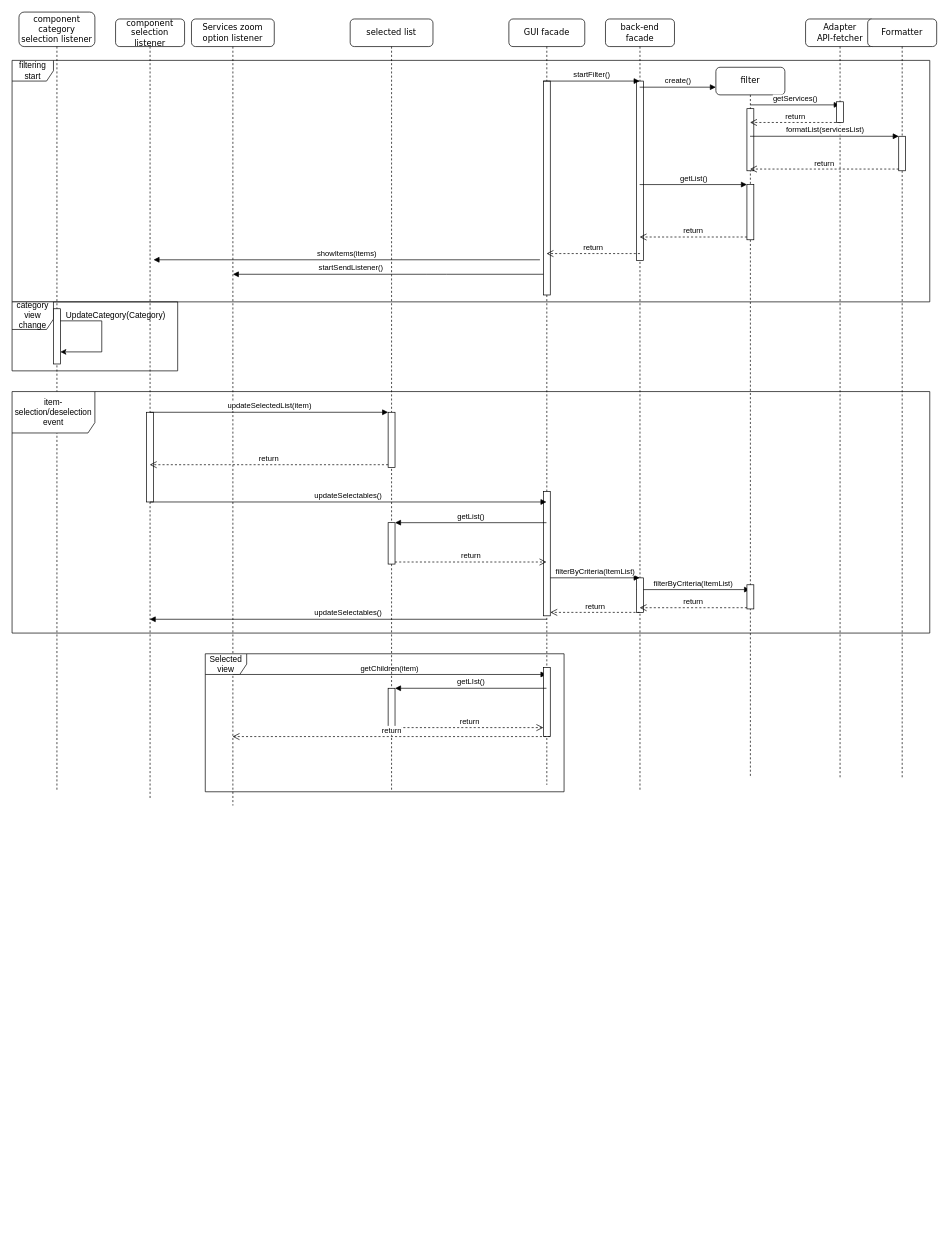
Geostartico/Trusted-list-browser keeps this draw.io diagram as documentation/behaviour/internal behaviour/Internal_behaviour.drawio. Above is the earlier version. Source tidied: cells renumbered, new cells numbered last; positions are measured from the earlier drawing's top-left corner, leaving out a move shared by most shapes. Both pictures are drawn from the tidied source at 69%, with x=0, y=0 at pixel (12, 12).
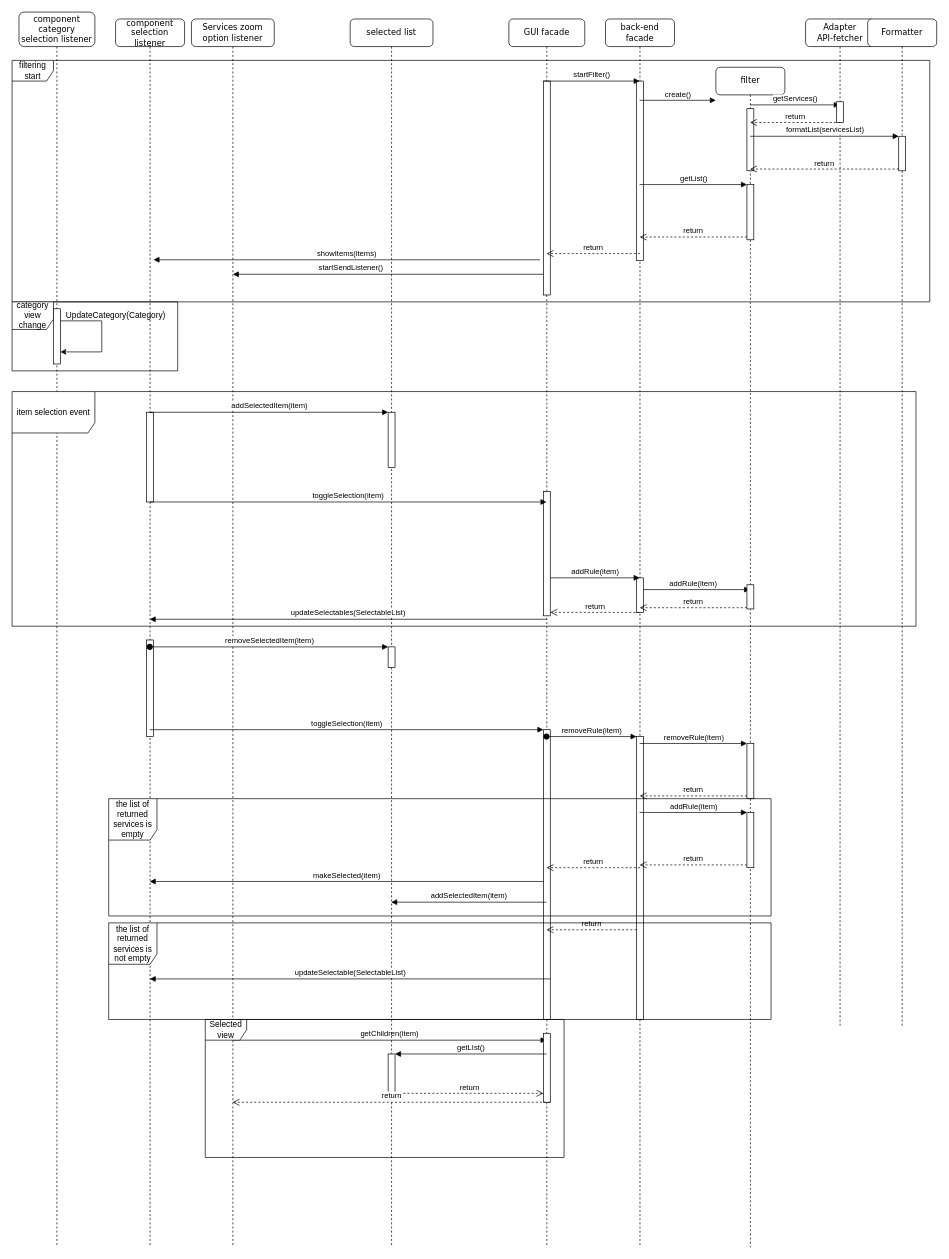
Above is the later version.

The change refers to these unchanged cells:
```xml
<mxCell id="5" style="html=1;points=[];perimeter=orthogonalPerimeter;" parent="4" vertex="1">
  <mxGeometry x="55" y="570" width="10" height="80" as="geometry" />
</mxCell>
<mxCell id="10" style="html=1;points=[];perimeter=orthogonalPerimeter;" parent="8" vertex="1">
  <mxGeometry x="50" y="685" width="10" height="180" as="geometry" />
</mxCell>
```

What changed in the source:
```diff
@@
     <mxCell id="2" value="Services zoom option listener" style="shape=umlLifeline;perimeter=lifelinePerimeter;whiteSpace=wrap;html=1;outlineConnect=0;rounded=1;shadow=0;comic=0;labelBackgroundColor=none;strokeWidth=1;fontFamily=Verdana;fontSize=12;align=center;" parent="1" vertex="1">
-      <mxGeometry x="260" y="10" width="120" height="1140" as="geometry" />
+      <mxGeometry x="260" y="10" width="120" height="1780" as="geometry" />
     </mxCell>
-    <mxCell id="3" value="getChildren(item)" style="html=1;verticalAlign=bottom;endArrow=block;rounded=0;" parent="2" edge="1" target="8">
+    <mxCell id="3" value="getChildren(item)" style="html=1;verticalAlign=bottom;endArrow=block;rounded=0;" parent="2" edge="1">
       <mxGeometry relative="1" as="geometry">
-        <mxPoint x="60" y="950" as="sourcePoint" />
+        <mxPoint x="60" y="1480" as="sourcePoint" />
+        <mxPoint x="514.5" y="1480" as="targetPoint" />
       </mxGeometry>
     </mxCell>
     <mxCell id="4" value="selected list" style="shape=umlLifeline;perimeter=lifelinePerimeter;whiteSpace=wrap;html=1;outlineConnect=0;rounded=1;shadow=0;comic=0;labelBackgroundColor=none;strokeWidth=1;fontFamily=Verdana;fontSize=12;align=center;" parent="1" vertex="1">
-      <mxGeometry x="490" y="10" width="120" height="1120" as="geometry" />
+      <mxGeometry x="490" y="10" width="120" height="1780" as="geometry" />
     </mxCell>
@@
-    <mxCell id="6" style="html=1;points=[];perimeter=orthogonalPerimeter;" parent="4" vertex="1">
-      <mxGeometry x="55" y="730" width="10" height="60" as="geometry" />
-    </mxCell>
     <mxCell id="7" style="html=1;points=[];perimeter=orthogonalPerimeter;" parent="4" vertex="1">
-      <mxGeometry x="55" y="970" width="10" height="60" as="geometry" />
+      <mxGeometry x="55" y="1500" width="10" height="60" as="geometry" />
     </mxCell>
+    <mxCell id="57" style="html=1;points=[];perimeter=orthogonalPerimeter;" parent="4" vertex="1">
+      <mxGeometry x="55" y="910" width="10" height="30" as="geometry" />
+    </mxCell>
     <mxCell id="8" value="GUI facade" style="shape=umlLifeline;perimeter=lifelinePerimeter;whiteSpace=wrap;html=1;outlineConnect=0;rounded=1;shadow=0;comic=0;labelBackgroundColor=none;strokeWidth=1;fontFamily=Verdana;fontSize=12;align=center;" parent="1" vertex="1">
-      <mxGeometry x="720" y="10" width="110" height="1110" as="geometry" />
+      <mxGeometry x="720" y="10" width="110" height="1780" as="geometry" />
     </mxCell>
@@
     <mxCell id="11" style="html=1;perimeter=orthogonalPerimeter;" parent="8" vertex="1">
-      <mxGeometry x="50" y="940" width="10" height="100" as="geometry" />
+      <mxGeometry x="50" y="1470" width="10" height="100" as="geometry" />
     </mxCell>
+    <mxCell id="58" style="html=1;points=[];perimeter=orthogonalPerimeter;" parent="8" vertex="1">
+      <mxGeometry x="50" y="1030" width="10" height="420" as="geometry" />
+    </mxCell>
+    <mxCell id="59" value="makeSelected(item)" style="html=1;verticalAlign=bottom;endArrow=block;rounded=0;" parent="8" edge="1" target="22">
+      <mxGeometry relative="1" as="geometry">
+        <mxPoint x="50" y="1250" as="sourcePoint" />
+      </mxGeometry>
+    </mxCell>
     <mxCell id="12" value="back-end facade" style="shape=umlLifeline;perimeter=lifelinePerimeter;whiteSpace=wrap;html=1;outlineConnect=0;rounded=1;shadow=0;comic=0;labelBackgroundColor=none;strokeWidth=1;fontFamily=Verdana;fontSize=12;align=center;" parent="1" vertex="1">
-      <mxGeometry x="860" y="10" width="100" height="1120" as="geometry" />
+      <mxGeometry x="860" y="10" width="100" height="1780" as="geometry" />
     </mxCell>
@@
-    <mxCell id="14" value="filterByCriteria(ItemList)" style="html=1;verticalAlign=bottom;endArrow=block;rounded=0;" parent="12" edge="1" target="16">
+    <mxCell id="14" value="addRule(item)" style="html=1;verticalAlign=bottom;endArrow=block;rounded=0;" parent="12" edge="1" target="16">
       <mxGeometry relative="1" as="geometry">
         <mxPoint x="45" y="827" as="sourcePoint" />
       </mxGeometry>
     </mxCell>
@@
+    <mxCell id="60" style="html=1;points=[];perimeter=orthogonalPerimeter;" parent="12" vertex="1">
+      <mxGeometry x="45" y="1040" width="10" height="410" as="geometry" />
+    </mxCell>
+    <mxCell id="61" value="return" style="html=1;verticalAlign=bottom;endArrow=open;dashed=1;endSize=8;rounded=0;" parent="12" edge="1" target="8">
+      <mxGeometry relative="1" as="geometry">
+        <mxPoint x="45" y="1320" as="sourcePoint" />
+      </mxGeometry>
+    </mxCell>
     <mxCell id="16" value="filter" style="shape=umlLifeline;perimeter=lifelinePerimeter;whiteSpace=wrap;html=1;outlineConnect=0;rounded=1;shadow=0;comic=0;labelBackgroundColor=none;strokeWidth=1;fontFamily=Verdana;fontSize=12;align=center;" parent="1" vertex="1">
-      <mxGeometry x="1020" y="80" width="100" height="1030" as="geometry" />
+      <mxGeometry x="1020" y="80" width="100" height="1710" as="geometry" />
     </mxCell>
@@
+    <mxCell id="62" style="html=1;points=[];perimeter=orthogonalPerimeter;" parent="16" vertex="1">
+      <mxGeometry x="45" y="980" width="10" height="80" as="geometry" />
+    </mxCell>
+    <mxCell id="63" style="html=1;points=[];perimeter=orthogonalPerimeter;" parent="16" vertex="1">
+      <mxGeometry x="45" y="1080" width="10" height="80" as="geometry" />
+    </mxCell>
     <mxCell id="21" value="&lt;div&gt;Adapter&lt;/div&gt;&lt;div&gt;API-fetcher&lt;/div&gt;" style="shape=umlLifeline;perimeter=lifelinePerimeter;whiteSpace=wrap;html=1;outlineConnect=0;rounded=1;shadow=0;comic=0;labelBackgroundColor=none;strokeWidth=1;fontFamily=Verdana;fontSize=12;align=center;" parent="1" vertex="1">
-      <mxGeometry x="1150" y="10" width="100" height="1100" as="geometry" />
+      <mxGeometry x="1150" y="10" width="100" height="1460" as="geometry" />
     </mxCell>
     <mxCell id="22" value="component selection listener" style="shape=umlLifeline;perimeter=lifelinePerimeter;whiteSpace=wrap;html=1;outlineConnect=0;rounded=1;shadow=0;comic=0;labelBackgroundColor=none;strokeWidth=1;fontFamily=Verdana;fontSize=12;align=center;" parent="1" vertex="1">
-      <mxGeometry x="150" y="10" width="100" height="1130" as="geometry" />
+      <mxGeometry x="150" y="10" width="100" height="1780" as="geometry" />
     </mxCell>
@@
+    <mxCell id="64" style="html=1;perimeter=orthogonalPerimeter;" parent="22" vertex="1">
+      <mxGeometry x="45" y="900" width="10" height="140" as="geometry" />
+    </mxCell>
@@
     <mxCell id="28" value="Formatter" style="shape=umlLifeline;perimeter=lifelinePerimeter;whiteSpace=wrap;html=1;rounded=1;shadow=0;comic=0;labelBackgroundColor=none;strokeWidth=1;fontFamily=Verdana;fontSize=12;align=center;" parent="1" vertex="1">
-      <mxGeometry x="1240" y="10" width="100" height="1100" as="geometry" />
+      <mxGeometry x="1240" y="10" width="100" height="1460" as="geometry" />
     </mxCell>
@@
     <mxCell id="34" value="component category selection listener" style="shape=umlLifeline;perimeter=lifelinePerimeter;whiteSpace=wrap;html=1;rounded=1;shadow=0;comic=0;labelBackgroundColor=none;strokeWidth=1;fontFamily=Verdana;fontSize=12;align=center;size=50;" parent="1" vertex="1">
-      <mxGeometry x="10" width="110" height="1130" as="geometry" />
+      <mxGeometry x="10" width="110" height="1790" as="geometry" />
     </mxCell>
@@
-    <mxCell id="41" value="updateSelectedList(item)" style="html=1;verticalAlign=bottom;endArrow=block;entryX=0;entryY=0;rounded=0;" parent="1" edge="1" source="22" target="5">
+    <mxCell id="41" value="addSelectedItem(item)" style="html=1;verticalAlign=bottom;endArrow=block;entryX=0;entryY=0;rounded=0;" parent="1" edge="1" source="22" target="5">
       <mxGeometry relative="1" as="geometry" />
     </mxCell>
-    <mxCell id="42" value="return" style="html=1;verticalAlign=bottom;endArrow=open;dashed=1;endSize=8;exitX=0;exitY=0.95;rounded=0;" parent="1" edge="1" source="5" target="22">
-      <mxGeometry relative="1" as="geometry" />
-    </mxCell>
-    <mxCell id="43" value="updateSelectables()" style="html=1;verticalAlign=bottom;endArrow=block;rounded=0;" parent="1" edge="1" target="8">
+    <mxCell id="43" value="toggleSelection(item)" style="html=1;verticalAlign=bottom;endArrow=block;rounded=0;" parent="1" edge="1" target="8">
       <mxGeometry relative="1" as="geometry">
         <mxPoint x="200" y="710" as="sourcePoint" />
       </mxGeometry>
     </mxCell>
-    <mxCell id="44" value="getList()" style="html=1;verticalAlign=bottom;endArrow=block;entryX=1;entryY=0;rounded=0;" parent="1" edge="1" source="8" target="6">
-      <mxGeometry relative="1" as="geometry" />
-    </mxCell>
-    <mxCell id="45" value="return" style="html=1;verticalAlign=bottom;endArrow=open;dashed=1;endSize=8;exitX=1;exitY=0.95;rounded=0;" parent="1" edge="1" source="6" target="8">
-      <mxGeometry relative="1" as="geometry" />
-    </mxCell>
-    <mxCell id="46" value="filterByCriteria(ItemList)" style="html=1;verticalAlign=bottom;endArrow=block;rounded=0;exitX=1;exitY=0.694;exitDx=0;exitDy=0;exitPerimeter=0;" parent="1" edge="1" source="10" target="12">
+    <mxCell id="46" value="addRule(item)" style="html=1;verticalAlign=bottom;endArrow=block;rounded=0;exitX=1;exitY=0.694;exitDx=0;exitDy=0;exitPerimeter=0;" parent="1" edge="1" source="10" target="12">
       <mxGeometry relative="1" as="geometry" />
     </mxCell>
@@
-    <mxCell id="48" value="updateSelectables()" style="html=1;verticalAlign=bottom;endArrow=block;rounded=0;" parent="1" edge="1" target="22">
+    <mxCell id="48" value="updateSelectables(SelectableList)" style="html=1;verticalAlign=bottom;endArrow=block;rounded=0;" parent="1" edge="1" target="22">
       <mxGeometry relative="1" as="geometry">
         <mxPoint x="775" y="880" as="sourcePoint" />
       </mxGeometry>
     </mxCell>
-    <mxCell id="49" value="item-selection/deselection event" style="shape=umlFrame;whiteSpace=wrap;html=1;width=120;height=60;" parent="1" vertex="1">
-      <mxGeometry y="550" width="1330" height="350" as="geometry" />
+    <mxCell id="49" value="item selection event" style="shape=umlFrame;whiteSpace=wrap;html=1;width=120;height=60;" parent="1" vertex="1">
+      <mxGeometry y="550" width="1310" height="340" as="geometry" />
     </mxCell>
-    <mxCell id="50" value="getLIst()" style="html=1;verticalAlign=bottom;endArrow=block;entryX=1;entryY=0;rounded=0;" parent="1" edge="1" source="8" target="7">
-      <mxGeometry relative="1" as="geometry" />
+    <mxCell id="50" value="getLIst()" style="html=1;verticalAlign=bottom;endArrow=block;entryX=1;entryY=0;rounded=0;" parent="1" edge="1" target="7">
+      <mxGeometry relative="1" as="geometry">
+        <mxPoint x="774.5" y="1510" as="sourcePoint" />
+      </mxGeometry>
     </mxCell>
     <mxCell id="51" value="return" style="html=1;verticalAlign=bottom;endArrow=open;dashed=1;endSize=8;exitX=1;exitY=0.95;rounded=0;" parent="1" edge="1" source="7">
       <mxGeometry relative="1" as="geometry">
-        <mxPoint x="770" y="1037" as="targetPoint" />
+        <mxPoint x="770" y="1567" as="targetPoint" />
       </mxGeometry>
     </mxCell>
     <mxCell id="52" value="Selected view" style="shape=umlFrame;whiteSpace=wrap;html=1;" parent="1" vertex="1">
-      <mxGeometry x="280" y="930" width="520" height="200" as="geometry" />
+      <mxGeometry x="280" y="1460" width="520" height="200" as="geometry" />
     </mxCell>
@@
-    <mxCell id="56" value="return" style="html=1;verticalAlign=bottom;endArrow=open;dashed=1;endSize=8;rounded=0;" parent="1" edge="1" target="2">
+    <mxCell id="56" value="return" style="html=1;verticalAlign=bottom;endArrow=open;dashed=1;endSize=8;rounded=0;" parent="1" edge="1">
       <mxGeometry relative="1" as="geometry">
-        <mxPoint x="780" y="1050" as="sourcePoint" />
+        <mxPoint x="780" y="1580" as="sourcePoint" />
+        <mxPoint x="319.5" y="1580" as="targetPoint" />
       </mxGeometry>
     </mxCell>
+    <mxCell id="65" value="toggleSelection(item)" style="html=1;verticalAlign=bottom;endArrow=block;entryX=0;entryY=0;rounded=0;" parent="1" edge="1" target="58">
+      <mxGeometry relative="1" as="geometry">
+        <mxPoint x="199.5" y="1040" as="sourcePoint" />
+      </mxGeometry>
+    </mxCell>
+    <mxCell id="66" value="removeRule(item)" style="html=1;verticalAlign=bottom;startArrow=oval;endArrow=block;startSize=8;rounded=0;" parent="1" edge="1" target="60">
+      <mxGeometry relative="1" as="geometry">
+        <mxPoint x="774.5" y="1050" as="sourcePoint" />
+      </mxGeometry>
+    </mxCell>
+    <mxCell id="67" value="removeRule(item)" style="html=1;verticalAlign=bottom;endArrow=block;entryX=0;entryY=0;rounded=0;" parent="1" edge="1" target="62">
+      <mxGeometry relative="1" as="geometry">
+        <mxPoint x="909.5" y="1060" as="sourcePoint" />
+      </mxGeometry>
+    </mxCell>
+    <mxCell id="68" value="return" style="html=1;verticalAlign=bottom;endArrow=open;dashed=1;endSize=8;exitX=0;exitY=0.95;rounded=0;" parent="1" edge="1" source="62">
+      <mxGeometry relative="1" as="geometry">
+        <mxPoint x="909.5" y="1136" as="targetPoint" />
+      </mxGeometry>
+    </mxCell>
+    <mxCell id="69" value="removeSelectedItem(item)" style="html=1;verticalAlign=bottom;startArrow=oval;endArrow=block;startSize=8;rounded=0;" parent="1" edge="1" source="22" target="57">
+      <mxGeometry relative="1" as="geometry" />
+    </mxCell>
+    <mxCell id="70" value="addRule(item)" style="html=1;verticalAlign=bottom;endArrow=block;entryX=0;entryY=0;rounded=0;" parent="1" edge="1" source="12" target="63">
+      <mxGeometry relative="1" as="geometry" />
+    </mxCell>
+    <mxCell id="71" value="return" style="html=1;verticalAlign=bottom;endArrow=open;dashed=1;endSize=8;exitX=0;exitY=0.95;rounded=0;" parent="1" edge="1" source="63" target="12">
+      <mxGeometry relative="1" as="geometry" />
+    </mxCell>
+    <mxCell id="72" value="return" style="html=1;verticalAlign=bottom;endArrow=open;dashed=1;endSize=8;rounded=0;" parent="1" edge="1" target="8">
+      <mxGeometry relative="1" as="geometry">
+        <mxPoint x="910" y="1240" as="sourcePoint" />
+        <Array as="points">
+          <mxPoint x="880" y="1240" />
+        </Array>
+      </mxGeometry>
+    </mxCell>
+    <mxCell id="73" value="addSelectedItem(item)" style="html=1;verticalAlign=bottom;endArrow=block;rounded=0;" parent="1" edge="1" source="8" target="4">
+      <mxGeometry relative="1" as="geometry">
+        <Array as="points">
+          <mxPoint x="740" y="1290" />
+        </Array>
+      </mxGeometry>
+    </mxCell>
+    <mxCell id="74" value="the list of returned services is empty" style="shape=umlFrame;whiteSpace=wrap;html=1;width=70;height=60;" parent="1" vertex="1">
+      <mxGeometry x="140" y="1140" width="960" height="170" as="geometry" />
+    </mxCell>
+    <mxCell id="75" value="updateSelectable(SelectableList)" style="html=1;verticalAlign=bottom;endArrow=block;rounded=0;exitX=1;exitY=0.86;exitDx=0;exitDy=0;exitPerimeter=0;" parent="1" edge="1" source="58" target="22">
+      <mxGeometry relative="1" as="geometry" />
+    </mxCell>
+    <mxCell id="76" value="the list of returned services is not empty" style="shape=umlFrame;whiteSpace=wrap;html=1;width=70;height=60;" parent="1" vertex="1">
+      <mxGeometry x="140" y="1320" width="960" height="140" as="geometry" />
+    </mxCell>
```
